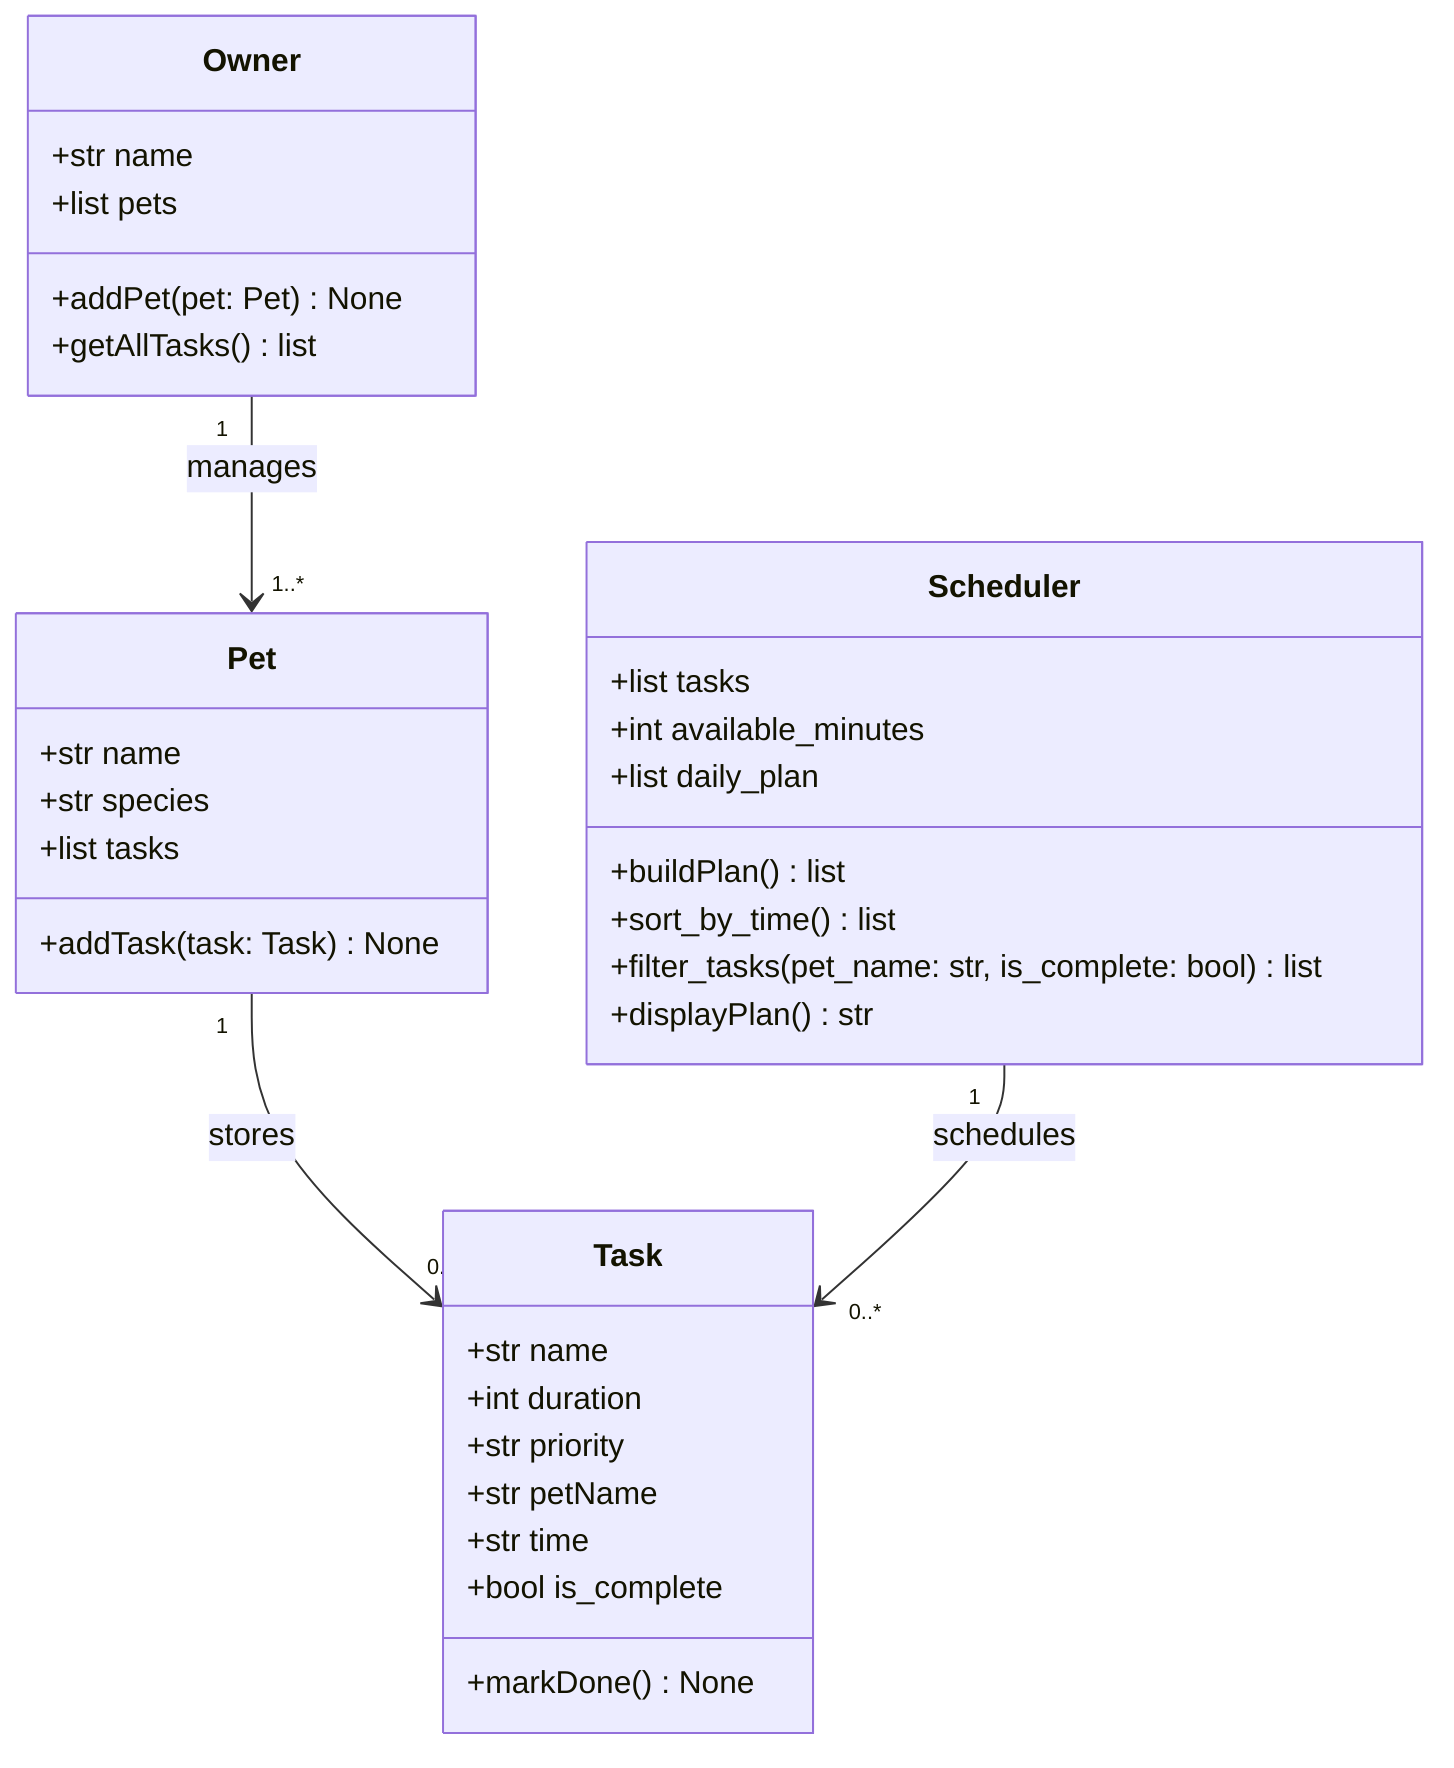
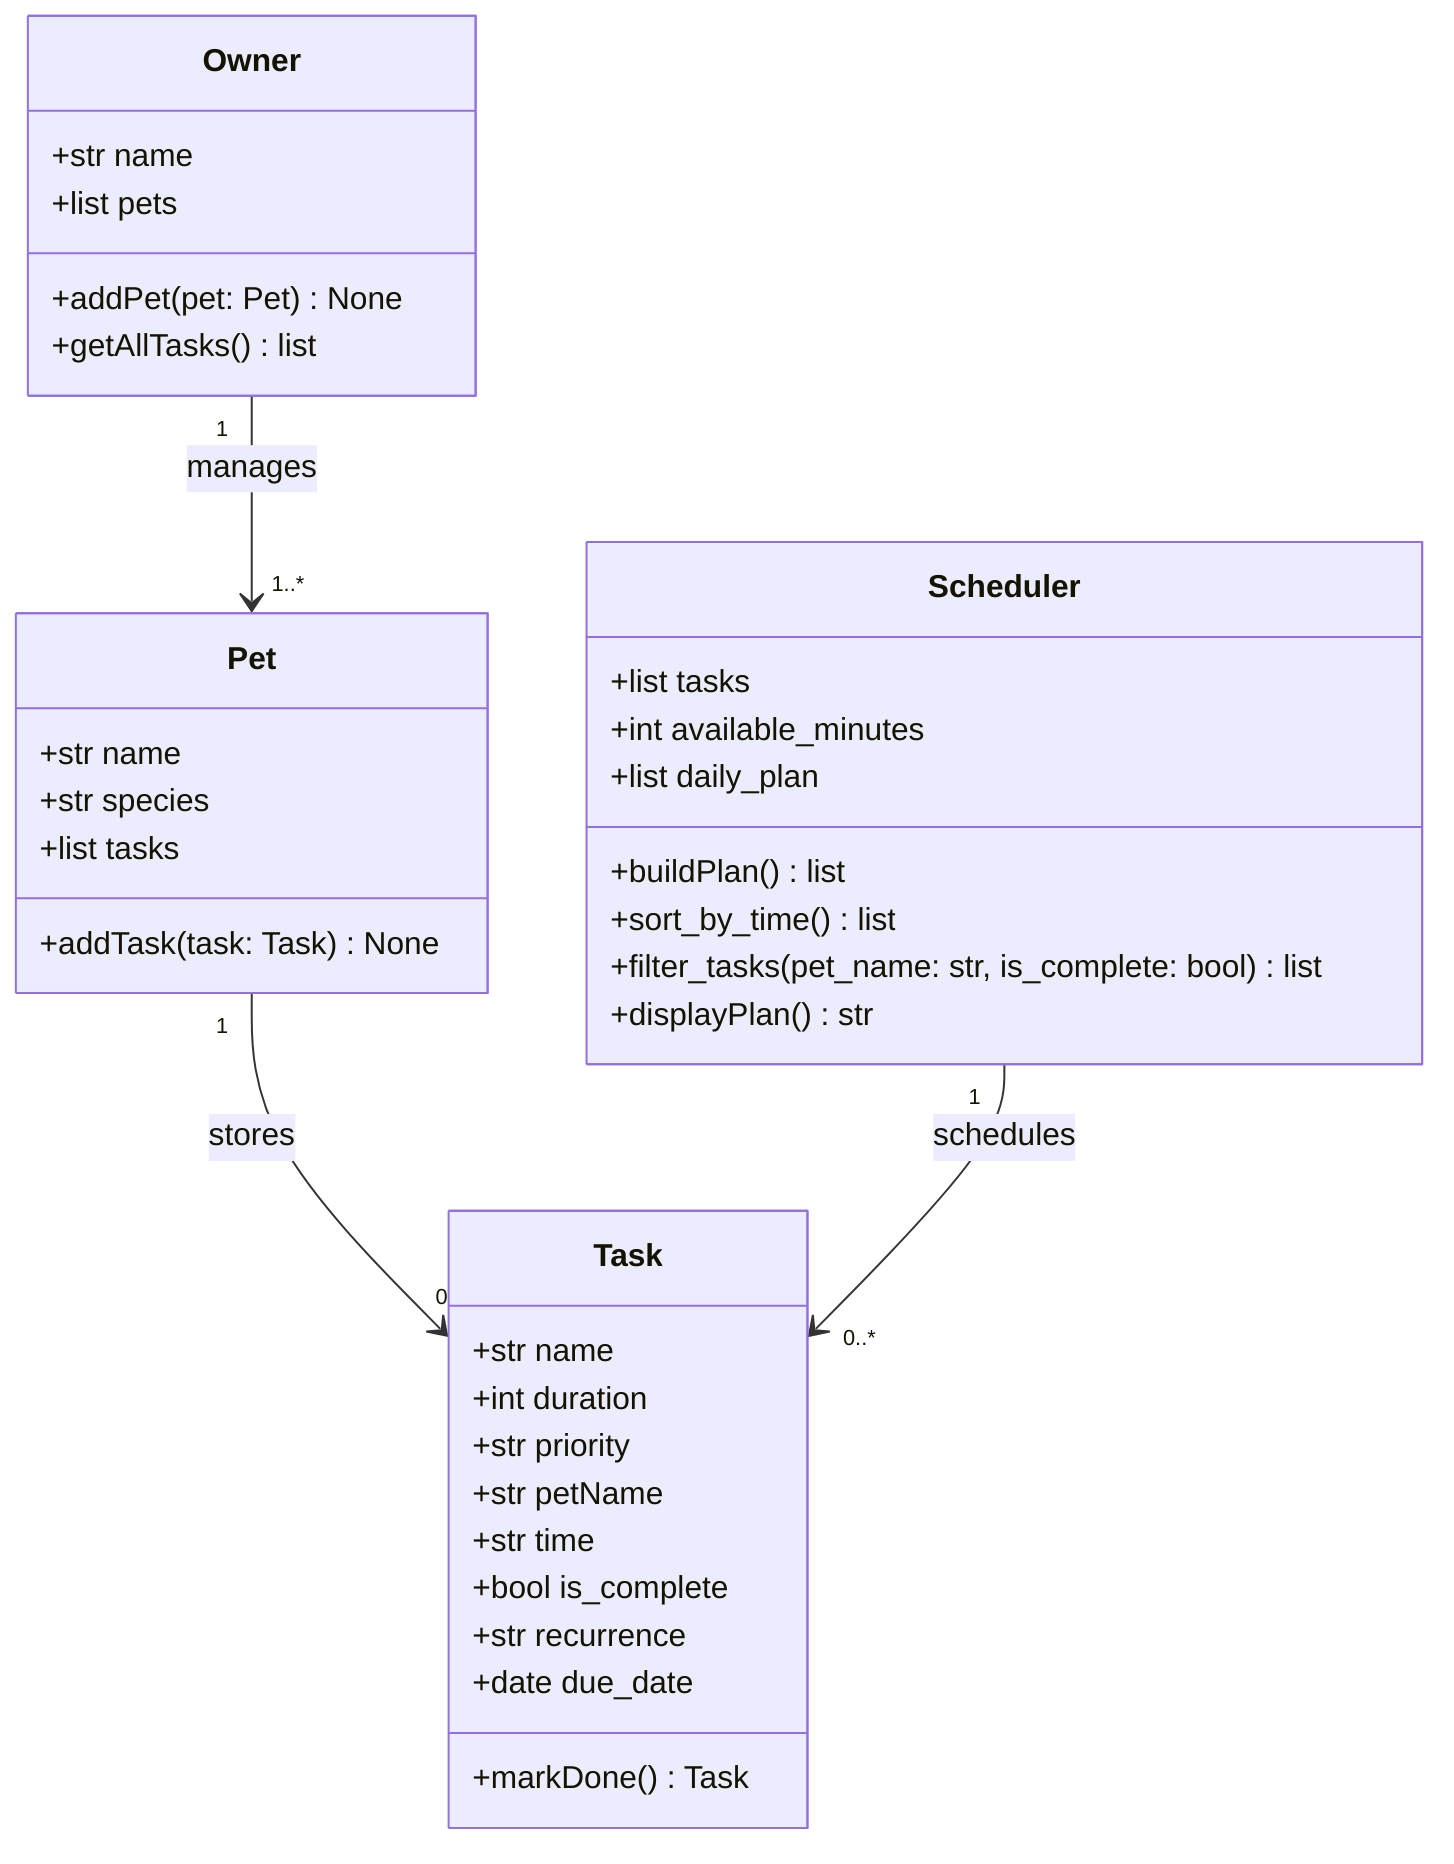
classDiagram
    class Task {
        +str name
        +int duration
        +str priority
        +str petName
        +str time
        +bool is_complete
-         +markDone() None
+         +str recurrence
+         +date due_date
+         +markDone() Task
    }

    class Pet {
        +str name
        +str species
        +list tasks
        +addTask(task: Task) None
    }

    class Owner {
        +str name
        +list pets
        +addPet(pet: Pet) None
        +getAllTasks() list
    }

    class Scheduler {
        +list tasks
        +int available_minutes
        +list daily_plan
        +buildPlan() list
        +sort_by_time() list
        +filter_tasks(pet_name: str, is_complete: bool) list
        +displayPlan() str
    }

    Pet "1" --> "0..*" Task : stores
    Owner "1" --> "1..*" Pet : manages
    Scheduler "1" --> "0..*" Task : schedules
